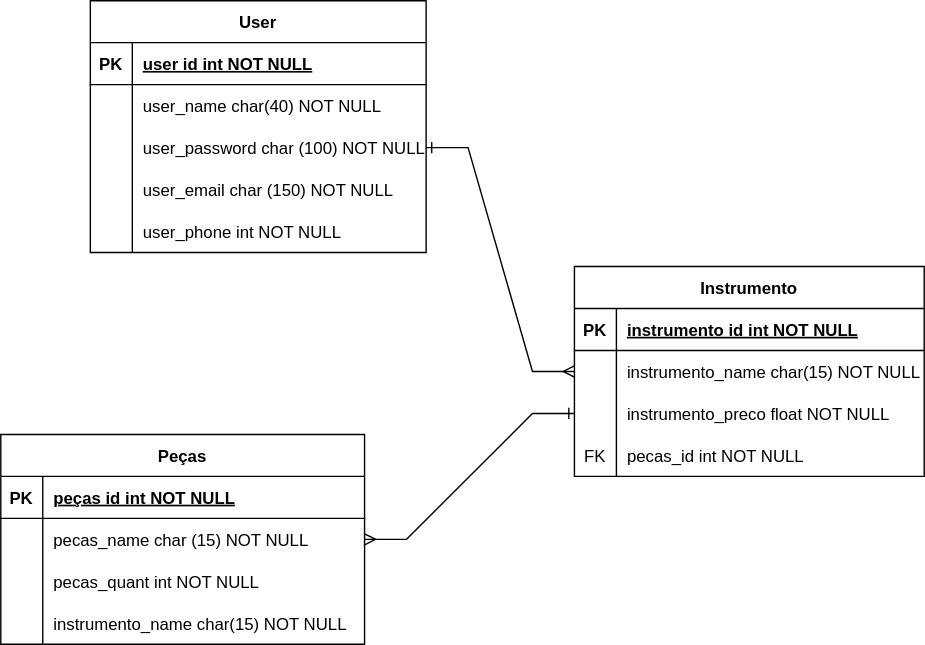
Before: ModeloER.drawio.svg, a diagram exported from draw.io (diogojm/ProjetoFinal). Source tidied: cells renumbered, new cells last; positions are measured from the earlier drawing's top-left corner, leaving out a move shared by most shapes.
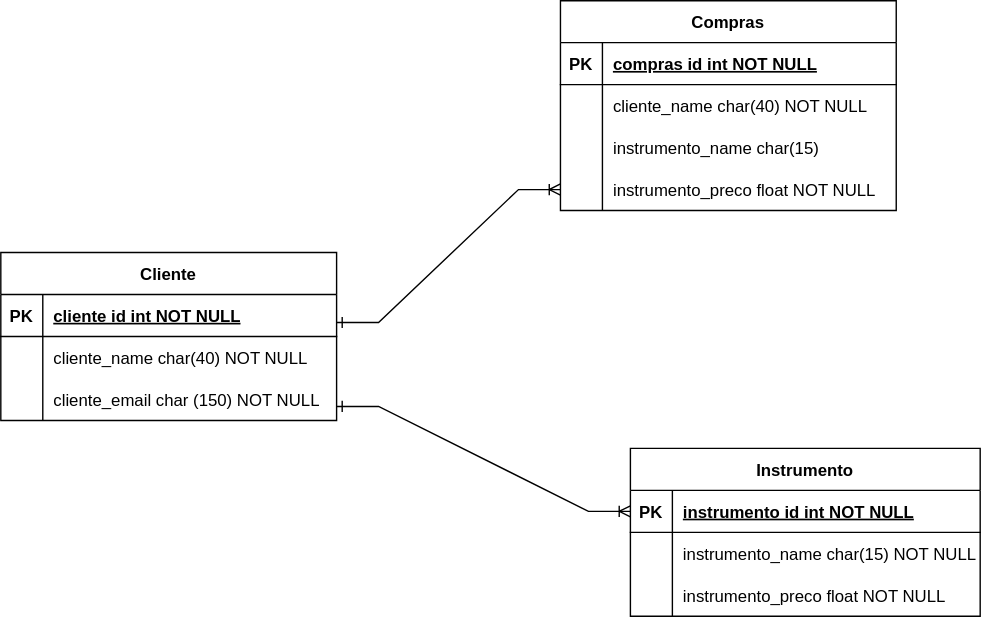
Above is the later version.

Change to the diagram source:
```diff
@@ -2,8 +2,8 @@
   <root>
     <mxCell id="0" />
     <mxCell id="1" parent="0" />
-    <mxCell id="2" value="User" style="shape=table;startSize=30;rowLines=0;fontStyle=1;align=center;" parent="1" vertex="1">
-      <mxGeometry x="64" width="240" height="180" as="geometry" />
+    <mxCell id="2" value="Cliente" style="shape=table;startSize=30;rowLines=0;fontStyle=1;align=center;" parent="1" vertex="1">
+      <mxGeometry x="-10" y="-70" width="240" height="120" as="geometry" />
     </mxCell>
     <mxCell id="3" style="shape=tableRow;horizontal=0;startSize=0;swimlaneHead=0;swimlaneBody=0;fillColor=none;top=0;left=0;right=0;bottom=1;" parent="2" vertex="1">
       <mxGeometry y="30" width="240" height="30" as="geometry" />
@@ -11,7 +11,7 @@
     <mxCell id="4" value="PK" style="shape=partialRectangle;fillColor=none;top=0;left=0;bottom=0;right=0;fontStyle=1;overflow=hidden;" parent="3" vertex="1">
       <mxGeometry width="30" height="30" as="geometry" />
     </mxCell>
-    <mxCell id="5" value="user id int NOT NULL" style="shape=partialRectangle;fillColor=none;top=0;left=0;bottom=0;right=0;align=left;spacingLeft=6;fontStyle=5;overflow=hidden;" parent="3" vertex="1">
+    <mxCell id="5" value="cliente id int NOT NULL" style="shape=partialRectangle;fillColor=none;top=0;left=0;bottom=0;right=0;align=left;spacingLeft=6;fontStyle=5;overflow=hidden;" parent="3" vertex="1">
       <mxGeometry x="30" width="210" height="30" as="geometry" />
     </mxCell>
     <mxCell id="6" style="shape=tableRow;horizontal=0;startSize=0;swimlaneHead=0;swimlaneBody=0;fillColor=none;top=0;left=0;right=0;bottom=0;" parent="2" vertex="1">
@@ -20,38 +20,20 @@
     <mxCell id="7" style="shape=partialRectangle;fillColor=none;top=0;left=0;bottom=0;right=0;overflow=hidden;" parent="6" vertex="1">
       <mxGeometry width="30" height="30" as="geometry" />
     </mxCell>
-    <mxCell id="8" value="user_name char(40) NOT NULL" style="shape=partialRectangle;fillColor=none;top=0;left=0;bottom=0;right=0;align=left;spacingLeft=6;overflow=hidden;" parent="6" vertex="1">
+    <mxCell id="8" value="cliente_name char(40) NOT NULL" style="shape=partialRectangle;fillColor=none;top=0;left=0;bottom=0;right=0;align=left;spacingLeft=6;overflow=hidden;" parent="6" vertex="1">
       <mxGeometry x="30" width="210" height="30" as="geometry" />
     </mxCell>
-    <mxCell id="9" style="shape=tableRow;horizontal=0;startSize=0;swimlaneHead=0;swimlaneBody=0;fillColor=none;points=[[0,0.5],[1,0.5]];portConstraint=eastwest;top=0;left=0;right=0;bottom=0;" parent="2" vertex="1">
-      <mxGeometry y="90" width="240" height="30" as="geometry" />
-    </mxCell>
-    <mxCell id="10" style="shape=partialRectangle;fillColor=none;top=0;left=0;bottom=0;right=0;overflow=hidden;" parent="9" vertex="1">
-      <mxGeometry width="30" height="30" as="geometry" />
-    </mxCell>
-    <mxCell id="11" value="user_password char (100) NOT NULL" style="shape=partialRectangle;fillColor=none;top=0;left=0;bottom=0;right=0;align=left;spacingLeft=6;overflow=hidden;" parent="9" vertex="1">
-      <mxGeometry x="30" width="210" height="30" as="geometry" />
-    </mxCell>
     <mxCell id="12" style="shape=tableRow;horizontal=0;startSize=0;swimlaneHead=0;swimlaneBody=0;fillColor=none;top=0;left=0;right=0;bottom=0;" parent="2" vertex="1">
-      <mxGeometry y="120" width="240" height="30" as="geometry" />
+      <mxGeometry y="90" width="240" height="30" as="geometry" />
     </mxCell>
     <mxCell id="13" style="shape=partialRectangle;fillColor=none;top=0;left=0;bottom=0;right=0;overflow=hidden;" parent="12" vertex="1">
       <mxGeometry width="30" height="30" as="geometry" />
     </mxCell>
-    <mxCell id="14" value="user_email char (150) NOT NULL " style="shape=partialRectangle;fillColor=none;top=0;left=0;bottom=0;right=0;align=left;spacingLeft=6;overflow=hidden;" parent="12" vertex="1">
+    <mxCell id="14" value="cliente_email char (150) NOT NULL " style="shape=partialRectangle;fillColor=none;top=0;left=0;bottom=0;right=0;align=left;spacingLeft=6;overflow=hidden;" parent="12" vertex="1">
       <mxGeometry x="30" width="210" height="30" as="geometry" />
     </mxCell>
-    <mxCell id="15" style="shape=tableRow;horizontal=0;startSize=0;swimlaneHead=0;swimlaneBody=0;fillColor=none;top=0;left=0;right=0;bottom=0;" parent="2" vertex="1">
-      <mxGeometry y="150" width="240" height="30" as="geometry" />
-    </mxCell>
-    <mxCell id="16" style="shape=partialRectangle;fillColor=none;top=0;left=0;bottom=0;right=0;overflow=hidden;" parent="15" vertex="1">
-      <mxGeometry width="30" height="30" as="geometry" />
-    </mxCell>
-    <mxCell id="17" value="user_phone int NOT NULL" style="shape=partialRectangle;fillColor=none;top=0;left=0;bottom=0;right=0;align=left;spacingLeft=6;overflow=hidden;" parent="15" vertex="1">
-      <mxGeometry x="30" width="210" height="30" as="geometry" />
-    </mxCell>
     <mxCell id="18" value="Instrumento" style="shape=table;startSize=30;rowLines=0;fontStyle=1;align=center;" parent="1" vertex="1">
-      <mxGeometry x="410" y="190" width="250" height="150" as="geometry" />
+      <mxGeometry x="440" y="70" width="250" height="120" as="geometry" />
     </mxCell>
     <mxCell id="19" style="shape=tableRow;horizontal=0;startSize=0;swimlaneHead=0;swimlaneBody=0;fillColor=none;points=[[0,0.5],[1,0.5]];portConstraint=eastwest;top=0;left=0;right=0;bottom=1;" parent="18" vertex="1">
       <mxGeometry y="30" width="250" height="30" as="geometry" />
@@ -80,59 +62,54 @@
     <mxCell id="27" value="instrumento_preco float NOT NULL" style="shape=partialRectangle;fillColor=none;top=0;left=0;bottom=0;right=0;align=left;spacingLeft=6;overflow=hidden;" parent="25" vertex="1">
       <mxGeometry x="30" width="220" height="30" as="geometry" />
     </mxCell>
-    <mxCell id="28" style="shape=tableRow;horizontal=0;startSize=0;swimlaneHead=0;swimlaneBody=0;fillColor=none;top=0;left=0;right=0;bottom=0;" parent="18" vertex="1">
-      <mxGeometry y="120" width="250" height="30" as="geometry" />
-    </mxCell>
-    <mxCell id="29" value="FK" style="shape=partialRectangle;fillColor=none;top=0;left=0;bottom=0;right=0;overflow=hidden;" parent="28" vertex="1">
-      <mxGeometry width="30" height="30" as="geometry" />
-    </mxCell>
-    <mxCell id="30" value="pecas_id int NOT NULL" style="shape=partialRectangle;fillColor=none;top=0;left=0;bottom=0;right=0;align=left;spacingLeft=6;overflow=hidden;" parent="28" vertex="1">
-      <mxGeometry x="30" width="220" height="30" as="geometry" />
-    </mxCell>
-    <mxCell id="31" value="Peças" style="shape=table;startSize=30;rowLines=0;fontStyle=1;align=center;" parent="1" vertex="1">
-      <mxGeometry y="310" width="260" height="150" as="geometry" />
-    </mxCell>
-    <mxCell id="32" style="shape=tableRow;horizontal=0;startSize=0;swimlaneHead=0;swimlaneBody=0;fillColor=none;top=0;left=0;right=0;bottom=1;" parent="31" vertex="1">
-      <mxGeometry y="30" width="260" height="30" as="geometry" />
-    </mxCell>
+    <mxCell id="46" value="Compras" style="shape=table;startSize=30;rowLines=0;fontStyle=1;align=center;" parent="1" vertex="1">
+      <mxGeometry x="390" y="-250" width="240" height="150" as="geometry" />
+    </mxCell>
+    <mxCell id="47" style="shape=tableRow;horizontal=0;startSize=0;swimlaneHead=0;swimlaneBody=0;fillColor=none;top=0;left=0;right=0;bottom=1;" parent="46" vertex="1">
+      <mxGeometry y="30" width="240" height="30" as="geometry" />
+    </mxCell>
-    <mxCell id="33" value="PK" style="shape=partialRectangle;fillColor=none;top=0;left=0;bottom=0;right=0;fontStyle=1;overflow=hidden;" parent="32" vertex="1">
+    <mxCell id="33" value="PK" style="shape=partialRectangle;fillColor=none;top=0;left=0;bottom=0;right=0;fontStyle=1;overflow=hidden;" parent="47" vertex="1">
       <mxGeometry width="30" height="30" as="geometry" />
     </mxCell>
-    <mxCell id="34" value="peças id int NOT NULL" style="shape=partialRectangle;fillColor=none;top=0;left=0;bottom=0;right=0;align=left;spacingLeft=6;fontStyle=5;overflow=hidden;" parent="32" vertex="1">
-      <mxGeometry x="30" width="230" height="30" as="geometry" />
-    </mxCell>
-    <mxCell id="35" style="shape=tableRow;horizontal=0;startSize=0;swimlaneHead=0;swimlaneBody=0;fillColor=none;points=[[0,0.5],[1,0.5]];portConstraint=eastwest;top=0;left=0;right=0;bottom=0;" parent="31" vertex="1">
-      <mxGeometry y="60" width="260" height="30" as="geometry" />
-    </mxCell>
-    <mxCell id="36" style="shape=partialRectangle;fillColor=none;top=0;left=0;bottom=0;right=0;overflow=hidden;" parent="35" vertex="1">
-      <mxGeometry width="30" height="30" as="geometry" />
-    </mxCell>
-    <mxCell id="37" value="pecas_name char (15) NOT NULL" style="shape=partialRectangle;fillColor=none;top=0;left=0;bottom=0;right=0;align=left;spacingLeft=6;overflow=hidden;" parent="35" vertex="1">
-      <mxGeometry x="30" width="230" height="30" as="geometry" />
-    </mxCell>
-    <mxCell id="38" style="shape=tableRow;horizontal=0;startSize=0;swimlaneHead=0;swimlaneBody=0;fillColor=none;top=0;left=0;right=0;bottom=0;" parent="31" vertex="1">
-      <mxGeometry y="90" width="260" height="30" as="geometry" />
-    </mxCell>
-    <mxCell id="39" style="shape=partialRectangle;fillColor=none;top=0;left=0;bottom=0;right=0;overflow=hidden;" parent="38" vertex="1">
-      <mxGeometry width="30" height="30" as="geometry" />
-    </mxCell>
-    <mxCell id="40" value="pecas_quant int NOT NULL" style="shape=partialRectangle;fillColor=none;top=0;left=0;bottom=0;right=0;align=left;spacingLeft=6;overflow=hidden;" parent="38" vertex="1">
-      <mxGeometry x="30" width="230" height="30" as="geometry" />
-    </mxCell>
-    <mxCell id="41" style="shape=tableRow;horizontal=0;startSize=0;swimlaneHead=0;swimlaneBody=0;fillColor=none;top=0;left=0;right=0;bottom=0;" parent="31" vertex="1">
-      <mxGeometry y="120" width="260" height="30" as="geometry" />
-    </mxCell>
-    <mxCell id="42" style="shape=partialRectangle;fillColor=none;top=0;left=0;bottom=0;right=0;overflow=hidden;" parent="41" vertex="1">
-      <mxGeometry width="30" height="30" as="geometry" />
-    </mxCell>
-    <mxCell id="43" value="instrumento_name char(15) NOT NULL" style="shape=partialRectangle;fillColor=none;top=0;left=0;bottom=0;right=0;align=left;spacingLeft=6;overflow=hidden;" parent="41" vertex="1">
-      <mxGeometry x="30" width="230" height="30" as="geometry" />
-    </mxCell>
-    <mxCell id="44" style="edgeStyle=entityRelationEdgeStyle;fontSize=12;html=1;endArrow=ERmany;rounded=0;exitX=1;exitY=0.5;exitDx=0;exitDy=0;entryX=0;entryY=0.5;entryDx=0;entryDy=0;endFill=0;startArrow=ERone;startFill=0;" parent="1" edge="1" source="9" target="22">
-      <mxGeometry relative="1" as="geometry" />
-    </mxCell>
-    <mxCell id="45" style="edgeStyle=entityRelationEdgeStyle;fontSize=12;html=1;endArrow=ERmany;rounded=0;exitX=0;exitY=0.5;exitDx=0;exitDy=0;entryX=1;entryY=0.5;entryDx=0;entryDy=0;startArrow=ERone;startFill=0;" parent="1" edge="1" source="25" target="35">
-      <mxGeometry relative="1" as="geometry" />
-    </mxCell>
+    <mxCell id="48" value="compras id int NOT NULL" style="shape=partialRectangle;fillColor=none;top=0;left=0;bottom=0;right=0;align=left;spacingLeft=6;fontStyle=5;overflow=hidden;" parent="47" vertex="1">
+      <mxGeometry x="30" width="210" height="30" as="geometry" />
+    </mxCell>
+    <mxCell id="49" style="shape=tableRow;horizontal=0;startSize=0;swimlaneHead=0;swimlaneBody=0;fillColor=none;top=0;left=0;right=0;bottom=0;" parent="46" vertex="1">
+      <mxGeometry y="60" width="240" height="30" as="geometry" />
+    </mxCell>
+    <mxCell id="50" style="shape=partialRectangle;fillColor=none;top=0;left=0;bottom=0;right=0;overflow=hidden;" parent="49" vertex="1">
+      <mxGeometry width="30" height="30" as="geometry" />
+    </mxCell>
+    <mxCell id="51" value="cliente_name char(40) NOT NULL" style="shape=partialRectangle;fillColor=none;top=0;left=0;bottom=0;right=0;align=left;spacingLeft=6;overflow=hidden;" parent="49" vertex="1">
+      <mxGeometry x="30" width="210" height="30" as="geometry" />
+    </mxCell>
+    <mxCell id="9" style="shape=tableRow;horizontal=0;startSize=0;swimlaneHead=0;swimlaneBody=0;fillColor=none;points=[[0,0.5],[1,0.5]];portConstraint=eastwest;top=0;left=0;right=0;bottom=0;" parent="46" vertex="1">
+      <mxGeometry y="90" width="240" height="30" as="geometry" />
+    </mxCell>
+    <mxCell id="52" style="shape=partialRectangle;fillColor=none;top=0;left=0;bottom=0;right=0;overflow=hidden;" parent="9" vertex="1">
+      <mxGeometry width="30" height="30" as="geometry" />
+    </mxCell>
+    <mxCell id="53" value="instrumento_name char(15)" style="shape=partialRectangle;fillColor=none;top=0;left=0;bottom=0;right=0;align=left;spacingLeft=6;overflow=hidden;" parent="9" vertex="1">
+      <mxGeometry x="30" width="210" height="30" as="geometry" />
+    </mxCell>
+    <mxCell id="54" style="shape=tableRow;horizontal=0;startSize=0;swimlaneHead=0;swimlaneBody=0;fillColor=none;points=[[0,0.5],[1,0.5]];portConstraint=eastwest;top=0;left=0;right=0;bottom=0;" parent="46" vertex="1">
+      <mxGeometry y="120" width="240" height="30" as="geometry" />
+    </mxCell>
+    <mxCell id="55" style="shape=partialRectangle;fillColor=none;top=0;left=0;bottom=0;right=0;overflow=hidden;" parent="54" vertex="1">
+      <mxGeometry width="30" height="30" as="geometry" />
+    </mxCell>
+    <mxCell id="56" value="instrumento_preco float NOT NULL" style="shape=partialRectangle;fillColor=none;top=0;left=0;bottom=0;right=0;align=left;spacingLeft=6;overflow=hidden;" parent="54" vertex="1">
+      <mxGeometry x="30" width="210" height="30" as="geometry" />
+    </mxCell>
+    <mxCell id="57" style="edgeStyle=entityRelationEdgeStyle;fontSize=12;html=1;endArrow=ERoneToMany;rounded=0;exitX=0;exitY=0.5;exitDx=0;exitDy=0;entryX=0;entryY=0.5;entryDx=0;entryDy=0;startArrow=ERone;startFill=0;" parent="1" edge="1" target="19">
+      <mxGeometry relative="1" as="geometry">
+        <mxPoint x="230" y="40" as="sourcePoint" />
+      </mxGeometry>
+    </mxCell>
+    <mxCell id="58" style="edgeStyle=entityRelationEdgeStyle;fontSize=12;html=1;endArrow=ERoneToMany;rounded=0;exitX=0;exitY=0.5;exitDx=0;exitDy=0;entryX=0;entryY=0.5;entryDx=0;entryDy=0;startArrow=ERone;startFill=0;" parent="1" edge="1" target="54">
+      <mxGeometry relative="1" as="geometry">
+        <mxPoint x="230" y="-20" as="sourcePoint" />
+      </mxGeometry>
+    </mxCell>
   </root>
 </mxGraphModel>
```
